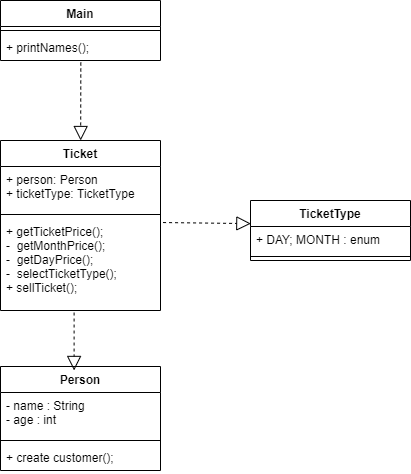
Earlier version of the draw.io export projektDel3/UML/UML.png (deniselarsson/TodoProject). Source tidied: cells renumbered, new cells last; positions are measured from the earlier drawing's top-left corner, leaving out a move shared by most shapes.
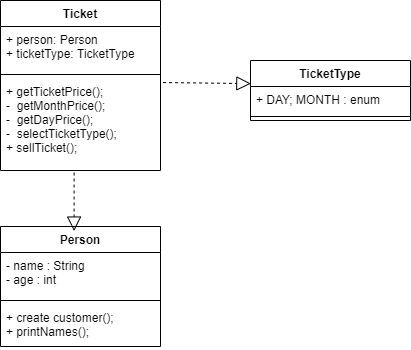
After the commit.

The edit, as a diff of the source:
```diff
@@ -2,17 +2,8 @@
   <root>
     <mxCell id="0" />
     <mxCell id="1" parent="0" />
-    <mxCell id="2" value="Main" style="swimlane;fontStyle=1;align=center;verticalAlign=top;horizontal=1;startSize=26;" parent="1" vertex="1">
-      <mxGeometry width="160" height="60" as="geometry" />
-    </mxCell>
-    <mxCell id="3" style="line;strokeWidth=1;fillColor=none;align=left;verticalAlign=middle;spacingTop=-1;spacingLeft=3;spacingRight=3;labelPosition=right;" parent="2" vertex="1">
-      <mxGeometry y="26" width="160" height="8" as="geometry" />
-    </mxCell>
-    <mxCell id="4" value="+ printNames();" style="text;strokeColor=none;fillColor=none;align=left;verticalAlign=top;spacingLeft=4;spacingRight=4;overflow=hidden;points=[[0,0.5],[1,0.5]];portConstraint=eastwest;" parent="2" vertex="1">
-      <mxGeometry y="34" width="160" height="26" as="geometry" />
-    </mxCell>
     <mxCell id="5" value="Person" style="swimlane;fontStyle=1;align=center;verticalAlign=top;horizontal=1;startSize=26;" parent="1" vertex="1">
-      <mxGeometry y="366" width="160" height="104" as="geometry" />
+      <mxGeometry y="366" width="160" height="120" as="geometry" />
     </mxCell>
     <mxCell id="6" value="- name : String &#10;- age : int" style="text;strokeColor=none;fillColor=none;align=left;verticalAlign=top;spacingLeft=4;spacingRight=4;overflow=hidden;" parent="5" vertex="1">
       <mxGeometry y="26" width="160" height="44" as="geometry" />
@@ -20,8 +11,8 @@
     <mxCell id="7" style="line;strokeWidth=1;fillColor=none;align=left;verticalAlign=middle;spacingTop=-1;spacingLeft=3;spacingRight=3;labelPosition=right;" parent="5" vertex="1">
       <mxGeometry y="70" width="160" height="8" as="geometry" />
     </mxCell>
-    <mxCell id="8" value="+ create customer();" style="text;strokeColor=none;fillColor=none;align=left;verticalAlign=top;spacingLeft=4;spacingRight=4;overflow=hidden;" parent="5" vertex="1">
-      <mxGeometry y="78" width="160" height="26" as="geometry" />
+    <mxCell id="8" value="+ create customer();&#10;+ printNames();" style="text;strokeColor=none;fillColor=none;align=left;verticalAlign=top;spacingLeft=4;spacingRight=4;overflow=hidden;" parent="5" vertex="1">
+      <mxGeometry y="78" width="160" height="42" as="geometry" />
     </mxCell>
     <mxCell id="9" value="Ticket" style="swimlane;fontStyle=1;align=center;verticalAlign=top;horizontal=1;startSize=26;" parent="1" vertex="1">
       <mxGeometry y="140" width="160" height="170" as="geometry" />
@@ -44,9 +35,6 @@
     <mxCell id="15" style="line;strokeWidth=1;fillColor=none;align=left;verticalAlign=middle;spacingTop=-1;spacingLeft=3;spacingRight=3;labelPosition=right;" parent="13" vertex="1">
       <mxGeometry y="52" width="160" height="8" as="geometry" />
     </mxCell>
-    <mxCell id="16" style="endArrow=block;dashed=1;endFill=0;endSize=12;html=1;exitX=0.502;exitY=1.077;exitDx=0;exitDy=0;exitPerimeter=0;" parent="1" edge="1" source="4" target="9">
-      <mxGeometry relative="1" as="geometry" />
-    </mxCell>
     <mxCell id="17" style="endArrow=block;dashed=1;endFill=0;endSize=12;html=1;exitX=1.016;exitY=0.044;exitDx=0;exitDy=0;exitPerimeter=0;entryX=0.002;entryY=0.385;entryDx=0;entryDy=0;entryPerimeter=0;" parent="1" edge="1" source="12" target="13">
       <mxGeometry relative="1" as="geometry" />
     </mxCell>
```
